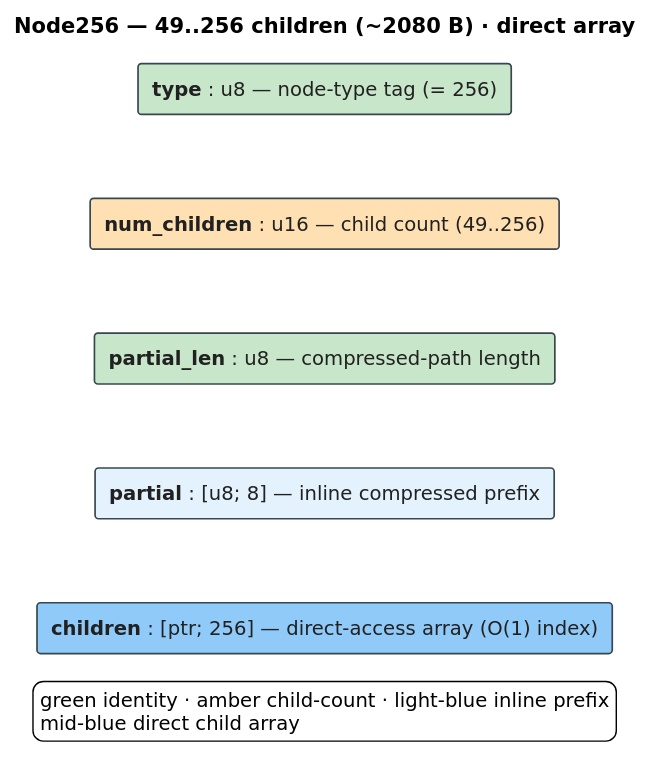
Above: docs/diagrams/art-node256-fields.svg in vinary-tree/libdictenstein (PlantUML), before the change. Its source is kept beside it as docs/diagrams/src/art-node256-fields.puml.
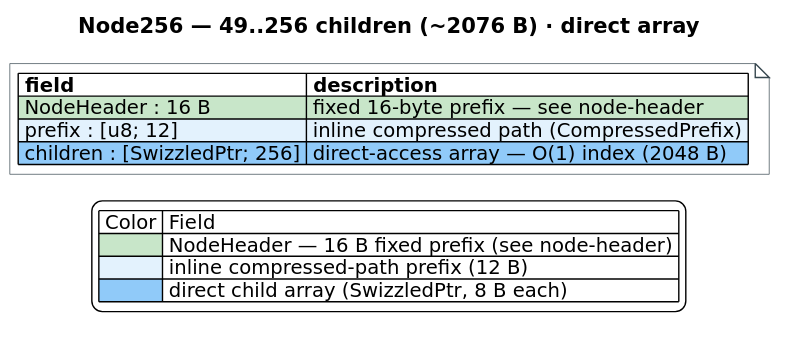
The same diagram one commit later.

Change to the diagram source:
```diff
@@ -3,28 +3,26 @@
 skinparam shadowing false
 skinparam backgroundColor #FFFFFF
 skinparam defaultFontName "DejaVu Sans"
-skinparam rectangle {
+skinparam TitleFontSize 15
+skinparam noteFontSize 14
+skinparam note {
+  BackgroundColor #FFFFFF
   BorderColor #37474F
-  FontColor #212121
-  BorderThickness 1.2
 }
-skinparam TitleFontSize 15
 
-title Node256 — 49..256 children (~2080 B) · direct array
+title Node256 — 49..256 children (~2076 B) · direct array
 
-rectangle "**type** : u8 — node-type tag (= 256)" as R0 #C8E6C9
-rectangle "**num_children** : u16 — child count (49..256)" as R1 #FFE0B2
-rectangle "**partial_len** : u8 — compressed-path length" as R2 #C8E6C9
-rectangle "**partial** : [u8; 8] — inline compressed prefix" as R3 #E3F2FD
-rectangle "**children** : [ptr; 256] — direct-access array (O(1) index)" as R4 #90CAF9
-
-R0 -[hidden]down- R1
-R1 -[hidden]down- R2
-R2 -[hidden]down- R3
-R3 -[hidden]down- R4
+note as N256
+|= field |= description |
+|<#C8E6C9> NodeHeader : 16 B |<#C8E6C9> fixed 16-byte prefix — see node-header |
+|<#E3F2FD> prefix : [u8; 12] |<#E3F2FD> inline compressed path (CompressedPrefix) |
+|<#90CAF9> children : [SwizzledPtr; 256] |<#90CAF9> direct-access array — O(1) index (2048 B) |
+end note
 
 legend bottom
-  green identity · amber child-count · light-blue inline prefix
-  mid-blue direct child array
+| Color | Field |
+|<#C8E6C9>| NodeHeader — 16 B fixed prefix (see node-header) |
+|<#E3F2FD>| inline compressed-path prefix (12 B) |
+|<#90CAF9>| direct child array (SwizzledPtr, 8 B each) |
 endlegend
 @enduml
```
